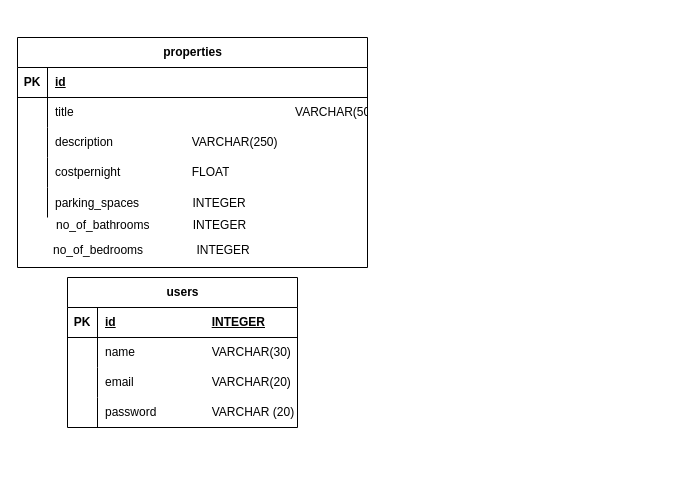
MehwishI/Hello-world keeps this draw.io diagram as LightBnB.drawio. Above is the earlier version. Source tidied: cells renumbered, new cells numbered last; positions are measured from the earlier drawing's top-left corner, leaving out a move shared by most shapes. Both pictures are drawn from the tidied source at 100%, with x=0, y=0 at pixel (17, 37).
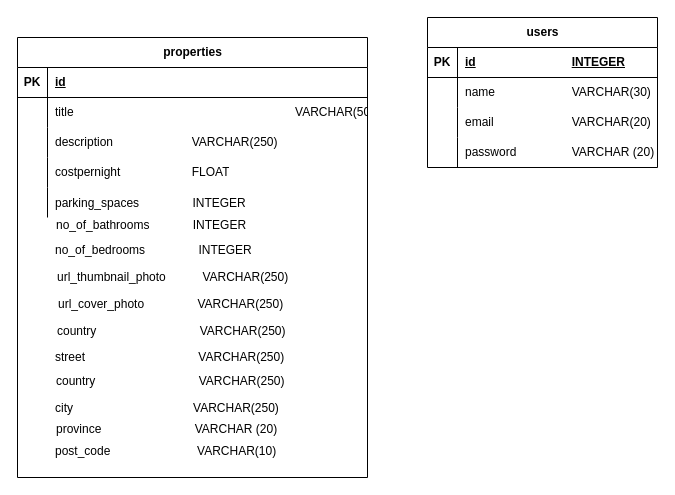
Above is the later version.

What changed in the source:
```diff
@@
     <mxCell id="2" value="users" style="shape=table;startSize=30;childLayout=tableLayout;rowLines=0;fontStyle=1;align=center;html=1;" parent="1" vertex="1">
-      <mxGeometry x="50" y="240" width="230" height="150" as="geometry" />
+      <mxGeometry x="410" y="-20" width="230" height="150" as="geometry" />
     </mxCell>
@@
     <mxCell id="15" value="properties" style="shape=table;startSize=30;childLayout=tableLayout;rowLines=0;fontStyle=1;align=center;html=1;" parent="1" vertex="1">
-      <mxGeometry width="350" height="230" as="geometry" />
+      <mxGeometry width="350" height="440" as="geometry" />
     </mxCell>
@@
     <mxCell id="32" value="no_of_bedrooms                INTEGER" style="shape=partialRectangle;fillColor=none;top=0;left=0;bottom=0;right=0;align=left;spacingLeft=6;overflow=hidden;" parent="1" vertex="1">
-      <mxGeometry x="28" y="197" width="221" height="30" as="geometry" />
+      <mxGeometry x="30" y="197" width="221" height="30" as="geometry" />
     </mxCell>
+    <mxCell id="33" value="url_thumbnail_photo           VARCHAR(250)" style="shape=partialRectangle;fillColor=none;top=0;left=0;bottom=0;right=0;align=left;spacingLeft=6;overflow=hidden;" parent="1" vertex="1">
+      <mxGeometry x="32" y="224" width="298" height="30" as="geometry" />
+    </mxCell>
+    <mxCell id="34" value="url_cover_photo                VARCHAR(250)" style="shape=partialRectangle;fillColor=none;top=0;left=0;bottom=0;right=0;align=left;spacingLeft=6;overflow=hidden;" parent="1" vertex="1">
+      <mxGeometry x="33" y="251" width="286" height="30" as="geometry" />
+    </mxCell>
+    <mxCell id="35" value="country                               VARCHAR(250)" style="shape=partialRectangle;fillColor=none;top=0;left=0;bottom=0;right=0;align=left;spacingLeft=6;overflow=hidden;" parent="1" vertex="1">
+      <mxGeometry x="32" y="278" width="294" height="30" as="geometry" />
+    </mxCell>
+    <mxCell id="36" value="street                                  VARCHAR(250)" style="shape=partialRectangle;fillColor=none;top=0;left=0;bottom=0;right=0;align=left;spacingLeft=6;overflow=hidden;" parent="1" vertex="1">
+      <mxGeometry x="30" y="304" width="294" height="30" as="geometry" />
+    </mxCell>
+    <mxCell id="37" value="country                               VARCHAR(250)" style="shape=partialRectangle;fillColor=none;top=0;left=0;bottom=0;right=0;align=left;spacingLeft=6;overflow=hidden;" parent="1" vertex="1">
+      <mxGeometry x="31" y="328" width="294" height="30" as="geometry" />
+    </mxCell>
+    <mxCell id="38" value="city                                    VARCHAR(250)" style="shape=partialRectangle;fillColor=none;top=0;left=0;bottom=0;right=0;align=left;spacingLeft=6;overflow=hidden;" parent="1" vertex="1">
+      <mxGeometry x="30" y="355" width="294" height="30" as="geometry" />
+    </mxCell>
+    <mxCell id="39" value="province                            VARCHAR (20)" style="shape=partialRectangle;fillColor=none;top=0;left=0;bottom=0;right=0;align=left;spacingLeft=6;overflow=hidden;" parent="1" vertex="1">
+      <mxGeometry x="31" y="376" width="294" height="30" as="geometry" />
+    </mxCell>
+    <mxCell id="40" value="post_code                          VARCHAR(10)" style="shape=partialRectangle;fillColor=none;top=0;left=0;bottom=0;right=0;align=left;spacingLeft=6;overflow=hidden;" parent="1" vertex="1">
+      <mxGeometry x="30" y="398" width="294" height="30" as="geometry" />
+    </mxCell>
```
